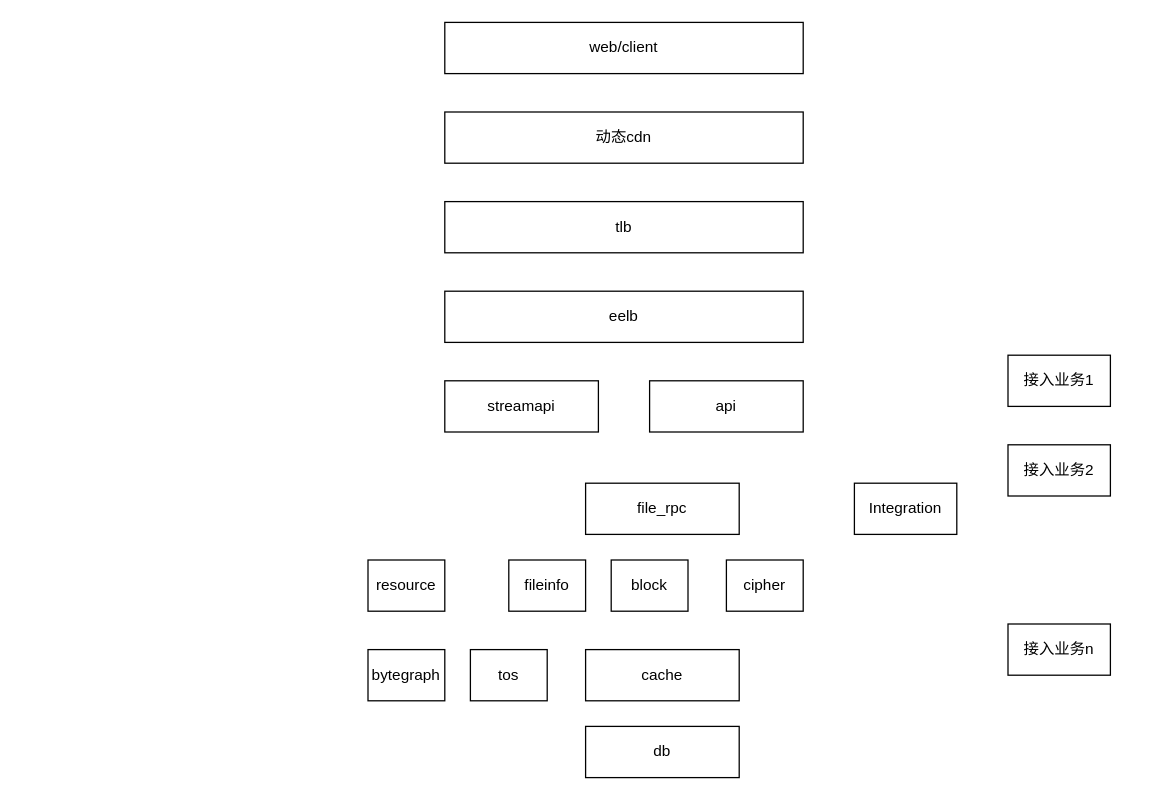
The draw.io diagram 架构图.drawio in hehenpan/drawio, before the edit. Source tidied: cells renumbered, new cells numbered last; positions are measured from the earlier drawing's top-left corner, leaving out a move shared by most shapes. Both pictures are drawn from the tidied source at 128%, with x=0, y=0 at pixel (367, 22).
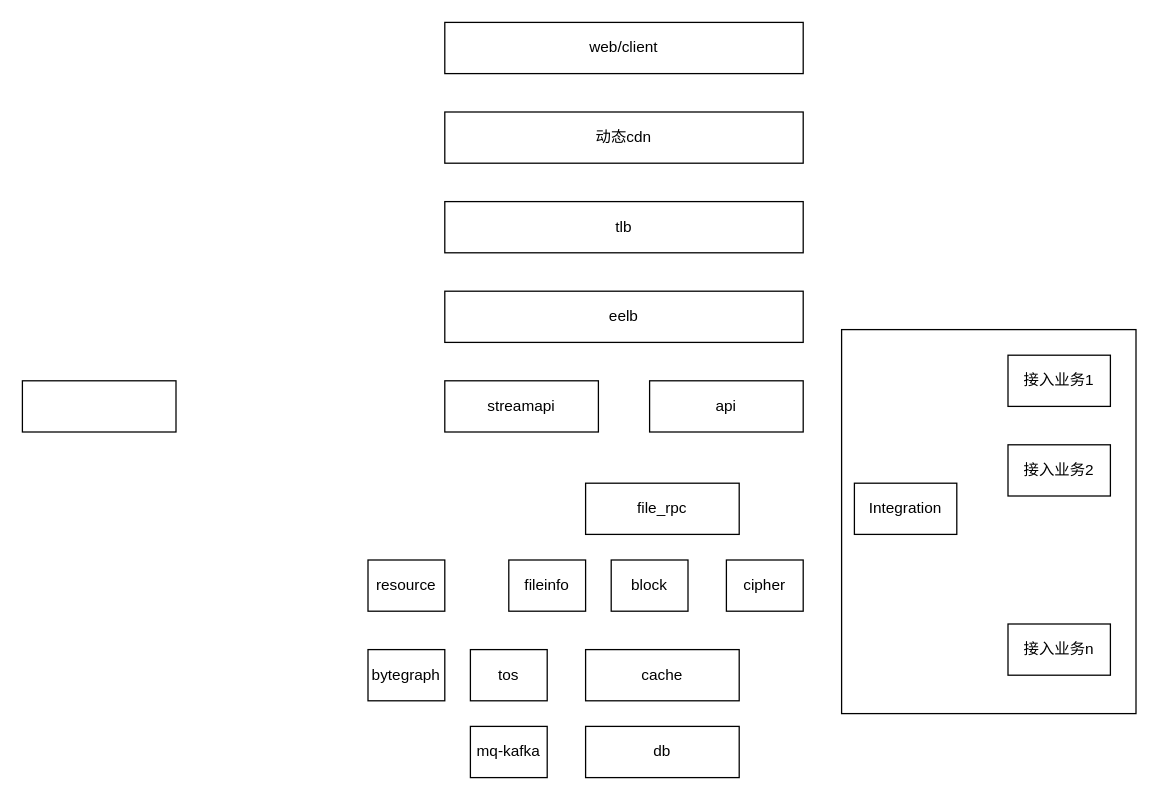
After the change.

Diff of the diagram source:
```diff
@@
+    <mxCell id="21" style="rounded=0;whiteSpace=wrap;html=1;" parent="1" vertex="1">
+      <mxGeometry x="370" y="240" width="230" height="300" as="geometry" />
+    </mxCell>
@@
+    <mxCell id="22" value="mq-kafka" style="rounded=0;whiteSpace=wrap;html=1;" parent="1" vertex="1">
+      <mxGeometry x="80" y="550" width="60" height="40" as="geometry" />
+    </mxCell>
+    <mxCell id="23" style="rounded=0;whiteSpace=wrap;html=1;" parent="1" vertex="1">
+      <mxGeometry x="-270" y="280" width="120" height="40" as="geometry" />
+    </mxCell>
```
